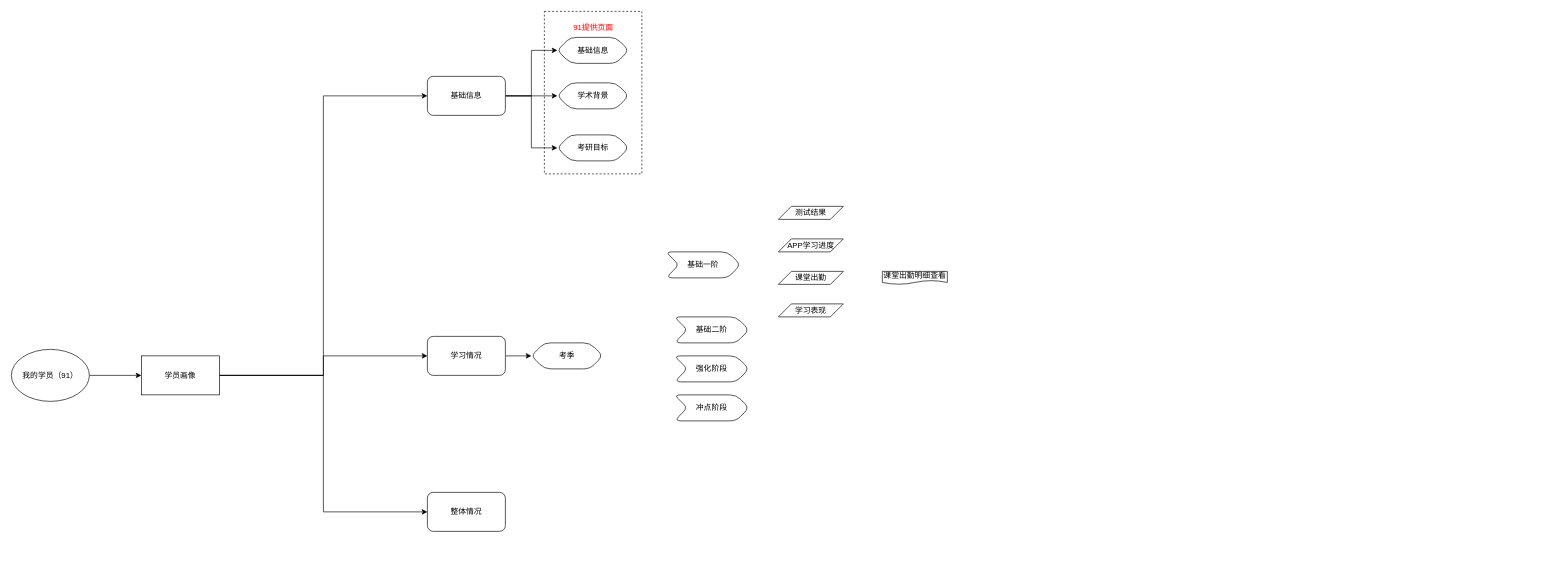
Earlier version of the draw.io diagram 考研app画像.drawio (me-Minion/draw). Source tidied: cells renumbered, new cells numbered last; positions are measured from the earlier drawing's top-left corner, leaving out a move shared by most shapes. Both pictures are drawn from the tidied source at 65%, with x=0, y=0 at pixel (11, 11).
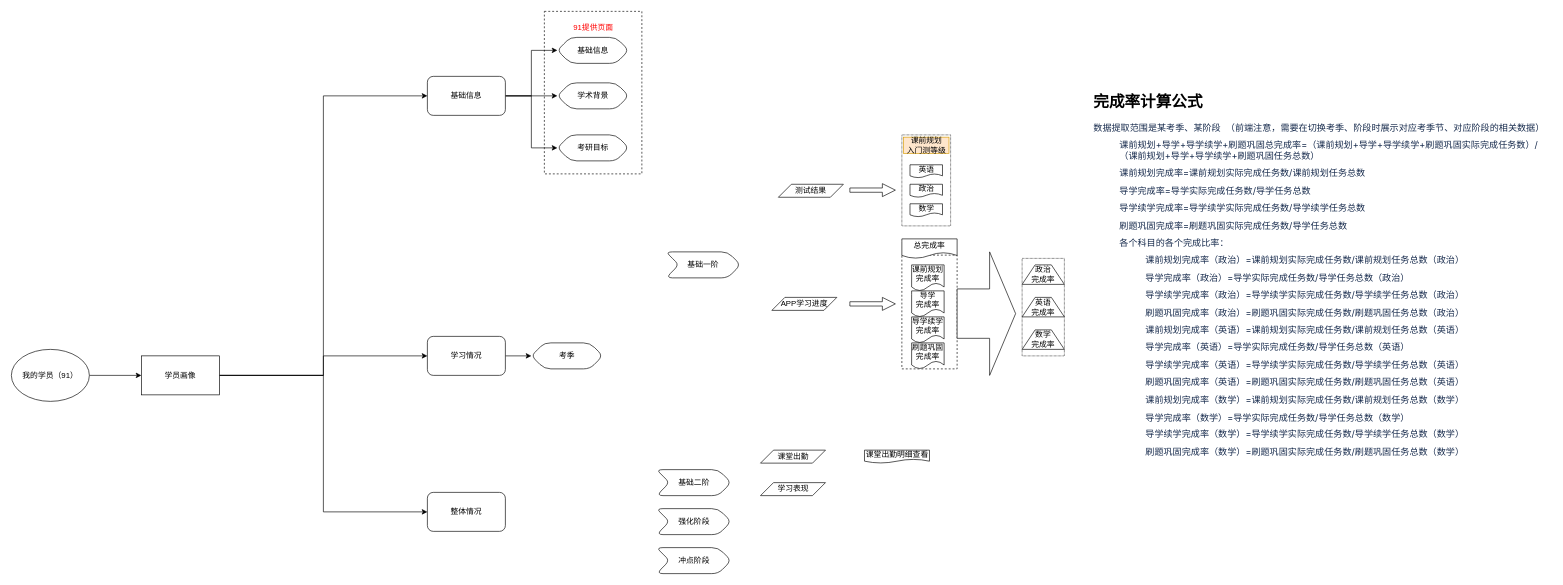
Above is the later version.

Commit message:
更新考研app画像.drawio

Diff of the diagram source:
```diff
@@
+    <mxCell id="30" style="rounded=0;whiteSpace=wrap;html=1;dashed=1;dashPattern=1 1;" parent="1" vertex="1">
+      <mxGeometry x="1555" y="380" width="65" height="150" as="geometry" />
+    </mxCell>
+    <mxCell id="31" style="rounded=0;whiteSpace=wrap;html=1;dashed=1;" parent="1" vertex="1">
+      <mxGeometry x="1370" y="375" width="85" height="175" as="geometry" />
+    </mxCell>
+    <mxCell id="32" style="rounded=0;whiteSpace=wrap;html=1;dashed=1;dashPattern=1 1;" parent="1" vertex="1">
+      <mxGeometry x="1370" y="190" width="75" height="140" as="geometry" />
+    </mxCell>
@@
     <mxCell id="22" value="基础二阶" style="shape=step;perimeter=stepPerimeter;whiteSpace=wrap;html=1;fixedSize=1;rounded=1;" parent="1" vertex="1">
-      <mxGeometry x="1020" y="470" width="115" height="40" as="geometry" />
+      <mxGeometry x="992.5" y="705" width="115" height="40" as="geometry" />
     </mxCell>
     <mxCell id="23" value="强化阶段" style="shape=step;perimeter=stepPerimeter;whiteSpace=wrap;html=1;fixedSize=1;rounded=1;" parent="1" vertex="1">
-      <mxGeometry x="1020" y="530" width="115" height="40" as="geometry" />
+      <mxGeometry x="992.5" y="765" width="115" height="40" as="geometry" />
     </mxCell>
     <mxCell id="24" value="冲点阶段" style="shape=step;perimeter=stepPerimeter;whiteSpace=wrap;html=1;fixedSize=1;rounded=1;" parent="1" vertex="1">
-      <mxGeometry x="1020" y="590" width="115" height="40" as="geometry" />
+      <mxGeometry x="992.5" y="825" width="115" height="40" as="geometry" />
     </mxCell>
     <mxCell id="25" value="测试结果" style="shape=parallelogram;perimeter=parallelogramPerimeter;whiteSpace=wrap;html=1;fixedSize=1;" parent="1" vertex="1">
-      <mxGeometry x="1180" y="300" width="100" height="20" as="geometry" />
+      <mxGeometry x="1180" y="266" width="100" height="20" as="geometry" />
     </mxCell>
     <mxCell id="26" value="APP学习进度" style="shape=parallelogram;perimeter=parallelogramPerimeter;whiteSpace=wrap;html=1;fixedSize=1;" parent="1" vertex="1">
-      <mxGeometry x="1180" y="350" width="100" height="20" as="geometry" />
+      <mxGeometry x="1170" y="440" width="100" height="20" as="geometry" />
     </mxCell>
     <mxCell id="27" value="课堂出勤" style="shape=parallelogram;perimeter=parallelogramPerimeter;whiteSpace=wrap;html=1;fixedSize=1;" parent="1" vertex="1">
-      <mxGeometry x="1180" y="400" width="100" height="20" as="geometry" />
+      <mxGeometry x="1152.5" y="675" width="100" height="20" as="geometry" />
     </mxCell>
     <mxCell id="28" value="学习表现" style="shape=parallelogram;perimeter=parallelogramPerimeter;whiteSpace=wrap;html=1;fixedSize=1;" parent="1" vertex="1">
-      <mxGeometry x="1180" y="450" width="100" height="20" as="geometry" />
+      <mxGeometry x="1152.5" y="725" width="100" height="20" as="geometry" />
     </mxCell>
     <mxCell id="29" value="课堂出勤明细查看" style="shape=document;whiteSpace=wrap;html=1;boundedLbl=1;" parent="1" vertex="1">
-      <mxGeometry x="1340" y="400" width="100" height="20" as="geometry" />
+      <mxGeometry x="1312.5" y="675" width="100" height="20" as="geometry" />
     </mxCell>
+    <mxCell id="33" value="英语" style="shape=document;whiteSpace=wrap;html=1;boundedLbl=1;" parent="1" vertex="1">
+      <mxGeometry x="1382.5" y="236" width="50" height="20" as="geometry" />
+    </mxCell>
+    <mxCell id="34" value="政治" style="shape=document;whiteSpace=wrap;html=1;boundedLbl=1;" parent="1" vertex="1">
+      <mxGeometry x="1382.5" y="266" width="50" height="20" as="geometry" />
+    </mxCell>
+    <mxCell id="35" value="数学" style="shape=document;whiteSpace=wrap;html=1;boundedLbl=1;" parent="1" vertex="1">
+      <mxGeometry x="1382.5" y="296" width="50" height="20" as="geometry" />
+    </mxCell>
+    <mxCell id="36" value="课前规划&lt;br&gt;入门测等级" style="text;html=1;strokeColor=#d79b00;fillColor=#ffe6cc;align=center;verticalAlign=middle;whiteSpace=wrap;rounded=0;" parent="1" vertex="1">
+      <mxGeometry x="1372.5" y="193.5" width="70" height="25" as="geometry" />
+    </mxCell>
+    <mxCell id="37" value="总完成率" style="shape=document;whiteSpace=wrap;html=1;boundedLbl=1;" parent="1" vertex="1">
+      <mxGeometry x="1370" y="350" width="85" height="30" as="geometry" />
+    </mxCell>
+    <mxCell id="38" value="课前规划&lt;br&gt;完成率" style="shape=document;whiteSpace=wrap;html=1;boundedLbl=1;" parent="1" vertex="1">
+      <mxGeometry x="1385" y="390" width="50" height="40" as="geometry" />
+    </mxCell>
+    <mxCell id="39" value="导学&lt;br&gt;完成率" style="shape=document;whiteSpace=wrap;html=1;boundedLbl=1;" parent="1" vertex="1">
+      <mxGeometry x="1385" y="430" width="50" height="40" as="geometry" />
+    </mxCell>
+    <mxCell id="40" value="导学续学&lt;br&gt;完成率" style="shape=document;whiteSpace=wrap;html=1;boundedLbl=1;" parent="1" vertex="1">
+      <mxGeometry x="1385" y="470" width="50" height="40" as="geometry" />
+    </mxCell>
+    <mxCell id="41" value="刷题巩固&lt;br&gt;完成率" style="shape=document;whiteSpace=wrap;html=1;boundedLbl=1;" parent="1" vertex="1">
+      <mxGeometry x="1385" y="510" width="50" height="40" as="geometry" />
+    </mxCell>
+    <mxCell id="42" value="政治&lt;br&gt;完成率" style="shape=trapezoid;perimeter=trapezoidPerimeter;whiteSpace=wrap;html=1;fixedSize=1;" parent="1" vertex="1">
+      <mxGeometry x="1555" y="390" width="65" height="30" as="geometry" />
+    </mxCell>
+    <mxCell id="43" value="英语&lt;br&gt;完成率" style="shape=trapezoid;perimeter=trapezoidPerimeter;whiteSpace=wrap;html=1;fixedSize=1;" parent="1" vertex="1">
+      <mxGeometry x="1555" y="440" width="65" height="30" as="geometry" />
+    </mxCell>
+    <mxCell id="44" value="数学&lt;br&gt;完成率" style="shape=trapezoid;perimeter=trapezoidPerimeter;whiteSpace=wrap;html=1;fixedSize=1;" parent="1" vertex="1">
+      <mxGeometry x="1555" y="490" width="65" height="30" as="geometry" />
+    </mxCell>
+    <mxCell id="45" style="html=1;shadow=0;dashed=0;align=center;verticalAlign=middle;shape=mxgraph.arrows2.arrow;dy=0.6;dx=40;notch=0;" parent="1" vertex="1">
+      <mxGeometry x="1455" y="370" width="90" height="190" as="geometry" />
+    </mxCell>
+    <mxCell id="46" style="html=1;shadow=0;dashed=0;align=center;verticalAlign=middle;shape=mxgraph.arrows2.arrow;dy=0.67;dx=20;notch=0;" parent="1" vertex="1">
+      <mxGeometry x="1290" y="265" width="70" height="20" as="geometry" />
+    </mxCell>
+    <mxCell id="47" style="html=1;shadow=0;dashed=0;align=center;verticalAlign=middle;shape=mxgraph.arrows2.arrow;dy=0.67;dx=20;notch=0;" parent="1" vertex="1">
+      <mxGeometry x="1290" y="440" width="70" height="20" as="geometry" />
+    </mxCell>
+    <mxCell id="48" value="&lt;h1&gt;完成率计算公式&lt;/h1&gt;&lt;p style=&quot;margin: 10px 0px 0px; padding: 0px; color: rgb(23, 43, 77); font-family: -apple-system, system-ui, &amp;quot;Segoe UI&amp;quot;, Roboto, Oxygen, Ubuntu, &amp;quot;Fira Sans&amp;quot;, &amp;quot;Droid Sans&amp;quot;, &amp;quot;Helvetica Neue&amp;quot;, sans-serif; font-size: 14px; background-color: rgb(255, 255, 255);&quot;&gt;数据提取范围是某考季、某阶段&amp;nbsp; （前端注意，需要在切换考季、阶段时展示对应考季节、对应阶段的相关数据）&lt;/p&gt;&lt;p style=&quot;margin: 10px 0px 0px 40px; padding: 0px; color: rgb(23, 43, 77); font-family: -apple-system, system-ui, &amp;quot;Segoe UI&amp;quot;, Roboto, Oxygen, Ubuntu, &amp;quot;Fira Sans&amp;quot;, &amp;quot;Droid Sans&amp;quot;, &amp;quot;Helvetica Neue&amp;quot;, sans-serif; font-size: 14px; background-color: rgb(255, 255, 255);&quot;&gt;课前规划+导学+导学续学+刷题巩固总完成率=（课前规划+导学+导学续学+刷题巩固实际完成任务数）/（课前规划+导学+导学续学+刷题巩固任务总数）&lt;/p&gt;&lt;p style=&quot;margin: 10px 0px 0px 40px; padding: 0px; color: rgb(23, 43, 77); font-family: -apple-system, system-ui, &amp;quot;Segoe UI&amp;quot;, Roboto, Oxygen, Ubuntu, &amp;quot;Fira Sans&amp;quot;, &amp;quot;Droid Sans&amp;quot;, &amp;quot;Helvetica Neue&amp;quot;, sans-serif; font-size: 14px; background-color: rgb(255, 255, 255);&quot;&gt;课前规划完成率=课前规划实际完成任务数/课前规划任务总数&lt;/p&gt;&lt;p style=&quot;margin: 10px 0px 0px 40px; padding: 0px; color: rgb(23, 43, 77); font-family: -apple-system, system-ui, &amp;quot;Segoe UI&amp;quot;, Roboto, Oxygen, Ubuntu, &amp;quot;Fira Sans&amp;quot;, &amp;quot;Droid Sans&amp;quot;, &amp;quot;Helvetica Neue&amp;quot;, sans-serif; font-size: 14px; background-color: rgb(255, 255, 255);&quot;&gt;导学完成率=导学实际完成任务数/导学任务总数&lt;/p&gt;&lt;p style=&quot;margin: 10px 0px 0px 40px; padding: 0px; color: rgb(23, 43, 77); font-family: -apple-system, system-ui, &amp;quot;Segoe UI&amp;quot;, Roboto, Oxygen, Ubuntu, &amp;quot;Fira Sans&amp;quot;, &amp;quot;Droid Sans&amp;quot;, &amp;quot;Helvetica Neue&amp;quot;, sans-serif; font-size: 14px; background-color: rgb(255, 255, 255);&quot;&gt;导学续学完成率=导学续学实际完成任务数/导学续学任务总数&lt;/p&gt;&lt;p style=&quot;margin: 10px 0px 0px 40px; padding: 0px; color: rgb(23, 43, 77); font-family: -apple-system, system-ui, &amp;quot;Segoe UI&amp;quot;, Roboto, Oxygen, Ubuntu, &amp;quot;Fira Sans&amp;quot;, &amp;quot;Droid Sans&amp;quot;, &amp;quot;Helvetica Neue&amp;quot;, sans-serif; font-size: 14px; background-color: rgb(255, 255, 255);&quot;&gt;刷题巩固完成率=刷题巩固实际完成任务数/导学任务总数&lt;/p&gt;&lt;p style=&quot;margin: 10px 0px 0px 40px; padding: 0px; color: rgb(23, 43, 77); font-family: -apple-system, system-ui, &amp;quot;Segoe UI&amp;quot;, Roboto, Oxygen, Ubuntu, &amp;quot;Fira Sans&amp;quot;, &amp;quot;Droid Sans&amp;quot;, &amp;quot;Helvetica Neue&amp;quot;, sans-serif; font-size: 14px; background-color: rgb(255, 255, 255);&quot;&gt;各个科目的各个完成比率：&lt;/p&gt;&lt;p style=&quot;margin: 10px 0px 0px 80px; padding: 0px; color: rgb(23, 43, 77); font-family: -apple-system, system-ui, &amp;quot;Segoe UI&amp;quot;, Roboto, Oxygen, Ubuntu, &amp;quot;Fira Sans&amp;quot;, &amp;quot;Droid Sans&amp;quot;, &amp;quot;Helvetica Neue&amp;quot;, sans-serif; font-size: 14px; background-color: rgb(255, 255, 255);&quot;&gt;课前规划完成率（政治）=课前规划实际完成任务数/课前规划任务总数（政治）&lt;/p&gt;&lt;p style=&quot;margin: 10px 0px 0px 80px; padding: 0px; color: rgb(23, 43, 77); font-family: -apple-system, system-ui, &amp;quot;Segoe UI&amp;quot;, Roboto, Oxygen, Ubuntu, &amp;quot;Fira Sans&amp;quot;, &amp;quot;Droid Sans&amp;quot;, &amp;quot;Helvetica Neue&amp;quot;, sans-serif; font-size: 14px; background-color: rgb(255, 255, 255);&quot;&gt;导学完成率（政治）=导学实际完成任务数/导学任务总数（政治）&lt;/p&gt;&lt;p style=&quot;margin: 10px 0px 0px 80px; padding: 0px; color: rgb(23, 43, 77); font-family: -apple-system, system-ui, &amp;quot;Segoe UI&amp;quot;, Roboto, Oxygen, Ubuntu, &amp;quot;Fira Sans&amp;quot;, &amp;quot;Droid Sans&amp;quot;, &amp;quot;Helvetica Neue&amp;quot;, sans-serif; font-size: 14px; background-color: rgb(255, 255, 255);&quot;&gt;导学续学完成率（政治）=导学续学实际完成任务数/导学续学任务总数（政治）&lt;/p&gt;&lt;p style=&quot;margin: 10px 0px 0px 80px; padding: 0px; color: rgb(23, 43, 77); font-family: -apple-system, system-ui, &amp;quot;Segoe UI&amp;quot;, Roboto, Oxygen, Ubuntu, &amp;quot;Fira Sans&amp;quot;, &amp;quot;Droid Sans&amp;quot;, &amp;quot;Helvetica Neue&amp;quot;, sans-serif; font-size: 14px; background-color: rgb(255, 255, 255);&quot;&gt;刷题巩固完成率（政治）=刷题巩固实际完成任务数/刷题巩固任务总数（政治）&lt;/p&gt;&lt;p style=&quot;margin: 10px 0px 0px 80px; padding: 0px; color: rgb(23, 43, 77); font-family: -apple-system, system-ui, &amp;quot;Segoe UI&amp;quot;, Roboto, Oxygen, Ubuntu, &amp;quot;Fira Sans&amp;quot;, &amp;quot;Droid Sans&amp;quot;, &amp;quot;Helvetica Neue&amp;quot;, sans-serif; font-size: 14px; background-color: rgb(255, 255, 255);&quot;&gt;课前规划完成率（英语）=课前规划实际完成任务数/课前规划任务总数（英语）&lt;/p&gt;&lt;p style=&quot;margin: 10px 0px 0px 80px; padding: 0px; color: rgb(23, 43, 77); font-family: -apple-system, system-ui, &amp;quot;Segoe UI&amp;quot;, Roboto, Oxygen, Ubuntu, &amp;quot;Fira Sans&amp;quot;, &amp;quot;Droid Sans&amp;quot;, &amp;quot;Helvetica Neue&amp;quot;, sans-serif; font-size: 14px; background-color: rgb(255, 255, 255);&quot;&gt;导学完成率（英语）=导学实际完成任务数/导学任务总数（英语）&lt;/p&gt;&lt;p style=&quot;margin: 10px 0px 0px 80px; padding: 0px; color: rgb(23, 43, 77); font-family: -apple-system, system-ui, &amp;quot;Segoe UI&amp;quot;, Roboto, Oxygen, Ubuntu, &amp;quot;Fira Sans&amp;quot;, &amp;quot;Droid Sans&amp;quot;, &amp;quot;Helvetica Neue&amp;quot;, sans-serif; font-size: 14px; background-color: rgb(255, 255, 255);&quot;&gt;导学续学完成率（英语）=导学续学实际完成任务数/导学续学任务总数（英语）&lt;/p&gt;&lt;p style=&quot;margin: 10px 0px 0px 80px; padding: 0px; color: rgb(23, 43, 77); font-family: -apple-system, system-ui, &amp;quot;Segoe UI&amp;quot;, Roboto, Oxygen, Ubuntu, &amp;quot;Fira Sans&amp;quot;, &amp;quot;Droid Sans&amp;quot;, &amp;quot;Helvetica Neue&amp;quot;, sans-serif; font-size: 14px; background-color: rgb(255, 255, 255);&quot;&gt;刷题巩固完成率（英语）=刷题巩固实际完成任务数/刷题巩固任务总数（英语）&lt;/p&gt;&lt;p style=&quot;margin: 10px 0px 0px 80px; padding: 0px; color: rgb(23, 43, 77); font-family: -apple-system, system-ui, &amp;quot;Segoe UI&amp;quot;, Roboto, Oxygen, Ubuntu, &amp;quot;Fira Sans&amp;quot;, &amp;quot;Droid Sans&amp;quot;, &amp;quot;Helvetica Neue&amp;quot;, sans-serif; font-size: 14px; background-color: rgb(255, 255, 255);&quot;&gt;课前规划完成率（数学）=课前规划实际完成任务数/课前规划任务总数（数学）&lt;/p&gt;&lt;p style=&quot;margin: 10px 0px 0px 80px; padding: 0px; color: rgb(23, 43, 77); font-family: -apple-system, system-ui, &amp;quot;Segoe UI&amp;quot;, Roboto, Oxygen, Ubuntu, &amp;quot;Fira Sans&amp;quot;, &amp;quot;Droid Sans&amp;quot;, &amp;quot;Helvetica Neue&amp;quot;, sans-serif; font-size: 14px; background-color: rgb(255, 255, 255);&quot;&gt;导学完成率（数学）=导学实际完成任务数/导学任务总数（数学）&lt;/p&gt;&lt;p style=&quot;margin: 10px 0px 0px 80px; padding: 0px; color: rgb(23, 43, 77); font-family: -apple-system, system-ui, &amp;quot;Segoe UI&amp;quot;, Roboto, Oxygen, Ubuntu, &amp;quot;Fira Sans&amp;quot;, &amp;quot;Droid Sans&amp;quot;, &amp;quot;Helvetica Neue&amp;quot;, sans-serif; font-size: 14px; background-color: rgb(255, 255, 255);&quot;&gt;导学续学完成率（数学）=导学续学实际完成任务数/导学续学任务总数（数学）&lt;/p&gt;&lt;p style=&quot;margin: 10px 0px 0px 80px; padding: 0px; color: rgb(23, 43, 77); font-family: -apple-system, system-ui, &amp;quot;Segoe UI&amp;quot;, Roboto, Oxygen, Ubuntu, &amp;quot;Fira Sans&amp;quot;, &amp;quot;Droid Sans&amp;quot;, &amp;quot;Helvetica Neue&amp;quot;, sans-serif; font-size: 14px; background-color: rgb(255, 255, 255);&quot;&gt;刷题巩固完成率（数学）=刷题巩固实际完成任务数/刷题巩固任务总数（数学）&lt;/p&gt;" style="text;html=1;strokeColor=none;fillColor=none;spacing=5;spacingTop=-20;whiteSpace=wrap;overflow=hidden;rounded=0;" parent="1" vertex="1">
+      <mxGeometry x="1660" y="120" width="710" height="570" as="geometry" />
+    </mxCell>
```
